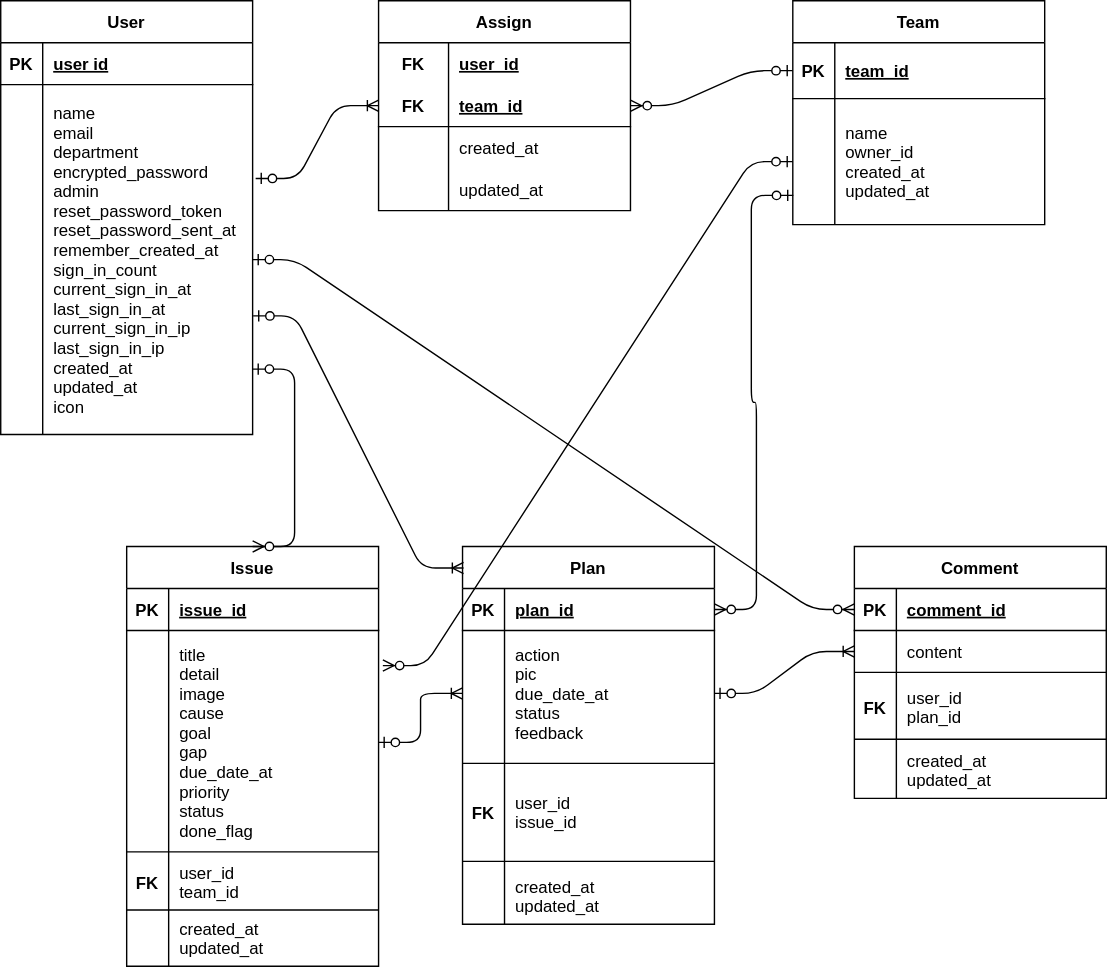
Before: .drawio.svg, a diagram exported from draw.io (Ishiyuka/Kaizener). Source tidied: cells renumbered, new cells last; positions are measured from the earlier drawing's top-left corner, leaving out a move shared by most shapes.
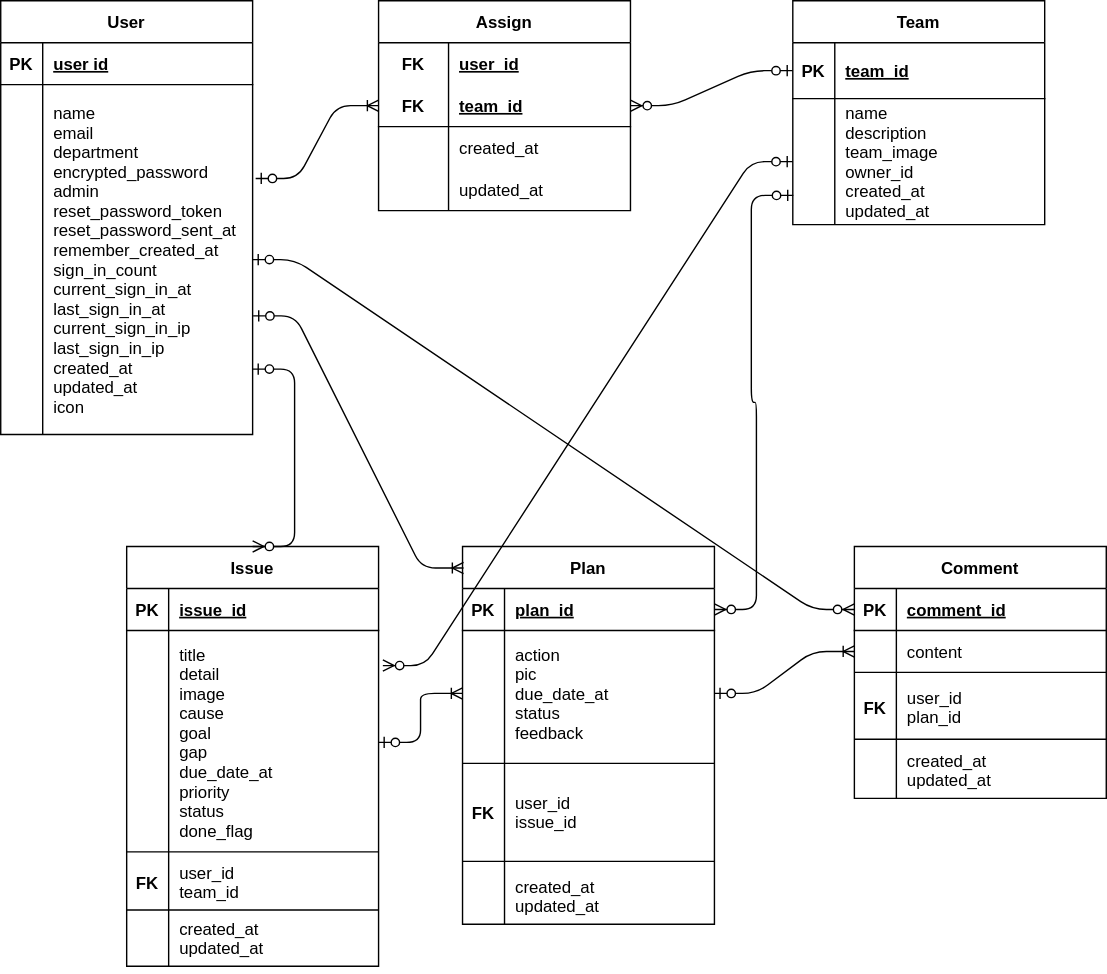
The same diagram one commit later.

Change to the diagram source:
```diff
@@ -257,7 +257,7 @@
     <mxCell id="86" style="shape=partialRectangle;fillColor=none;top=0;left=0;bottom=0;right=0;overflow=hidden;" parent="85" vertex="1">
       <mxGeometry width="30" height="90" as="geometry" />
     </mxCell>
-    <mxCell id="87" value="name&#10;owner_id&#10;created_at&#10;updated_at" style="shape=partialRectangle;fillColor=none;top=0;left=0;bottom=0;right=0;align=left;spacingLeft=6;overflow=hidden;" parent="85" vertex="1">
+    <mxCell id="87" value="name&#10;description&#10;team_image&#10;owner_id&#10;created_at&#10;updated_at" style="shape=partialRectangle;fillColor=none;top=0;left=0;bottom=0;right=0;align=left;spacingLeft=6;overflow=hidden;" parent="85" vertex="1">
       <mxGeometry x="30" width="150" height="90" as="geometry" />
     </mxCell>
     <mxCell id="88" style="edgeStyle=entityRelationEdgeStyle;fontSize=12;html=1;endArrow=ERzeroToMany;startArrow=ERzeroToOne;entryX=1;entryY=0.5;entryDx=0;entryDy=0;exitX=0.002;exitY=0.768;exitDx=0;exitDy=0;exitPerimeter=0;" parent="1" edge="1" source="85" target="4">
```
